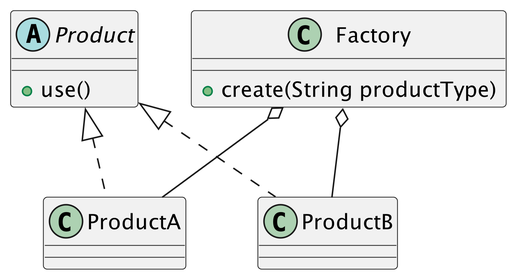
The PlantUML diagram DesignParttern/imgs/simple_factory.png in ki827/note, before a commit. Its diagram source:
```plantuml
@startuml
skinparam dpi 400
abstract Product
Product : +use()
Factory : +create(String productType)
Product <|.. ProductA
Product <|.. ProductB
Factory o-- ProductA
Factory o-- ProductB

@enduml
```
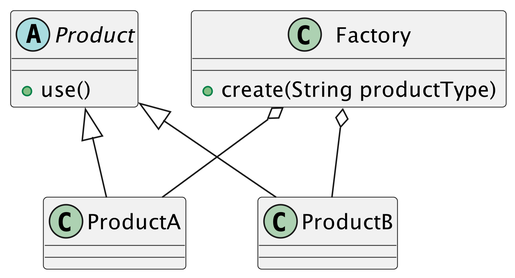
Later version of the same file.

The edit, as a diff of the source:
```diff
@@ -3,8 +3,8 @@
 abstract Product
 Product : +use()
 Factory : +create(String productType)
-Product <|.. ProductA
-Product <|.. ProductB
+Product <|-- ProductA
+Product <|-- ProductB
 Factory o-- ProductA
 Factory o-- ProductB
 
```
